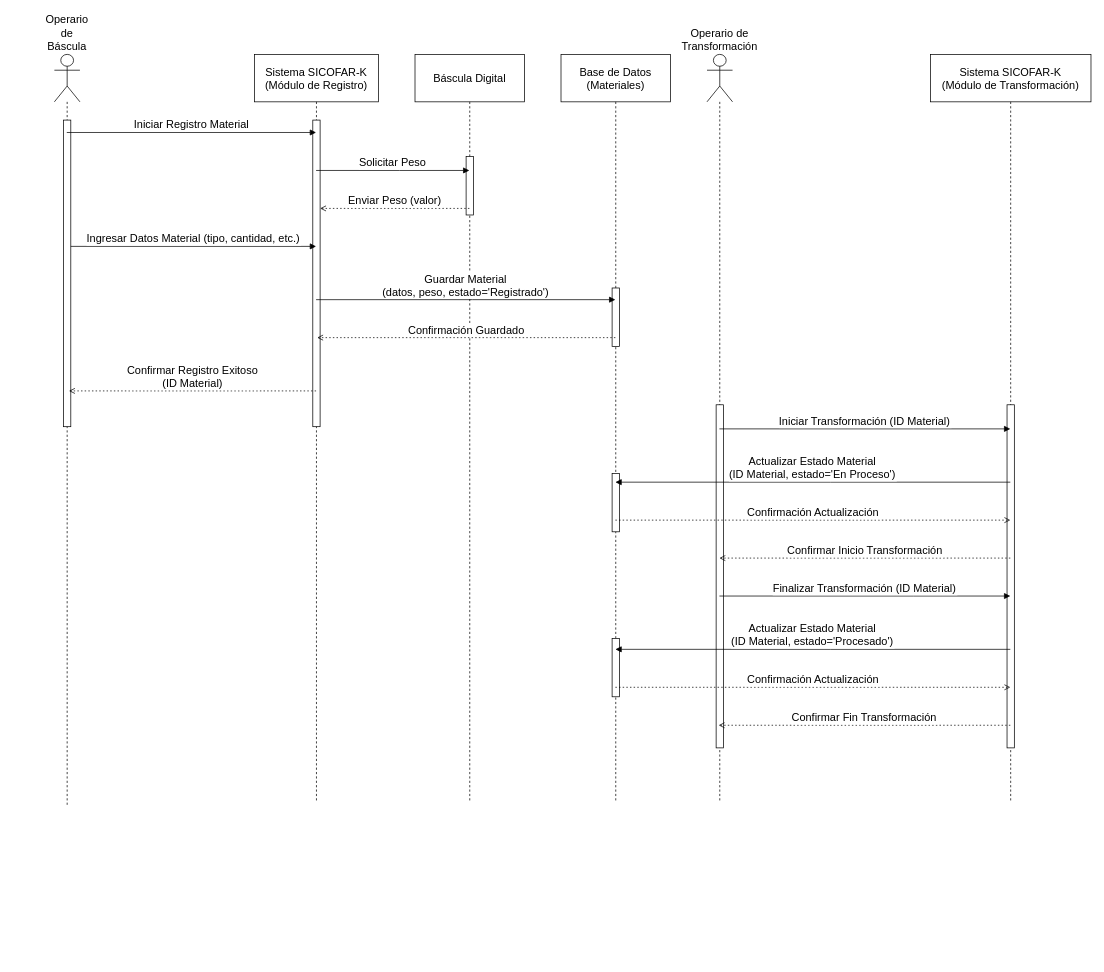
Before: page "Secuencia General" (1 of 8) of resources/diagrams-tecnicos/diagrama-secuencia-scofark.drawio in jnavarrop26/sicofar-k, a draw.io diagram. Source tidied: cells renumbered, new cells numbered last; positions are measured from the earlier drawing's top-left corner, leaving out a move shared by most shapes. Both pictures are drawn from the tidied source at 73%, with x=0, y=0 at pixel (54, 54).
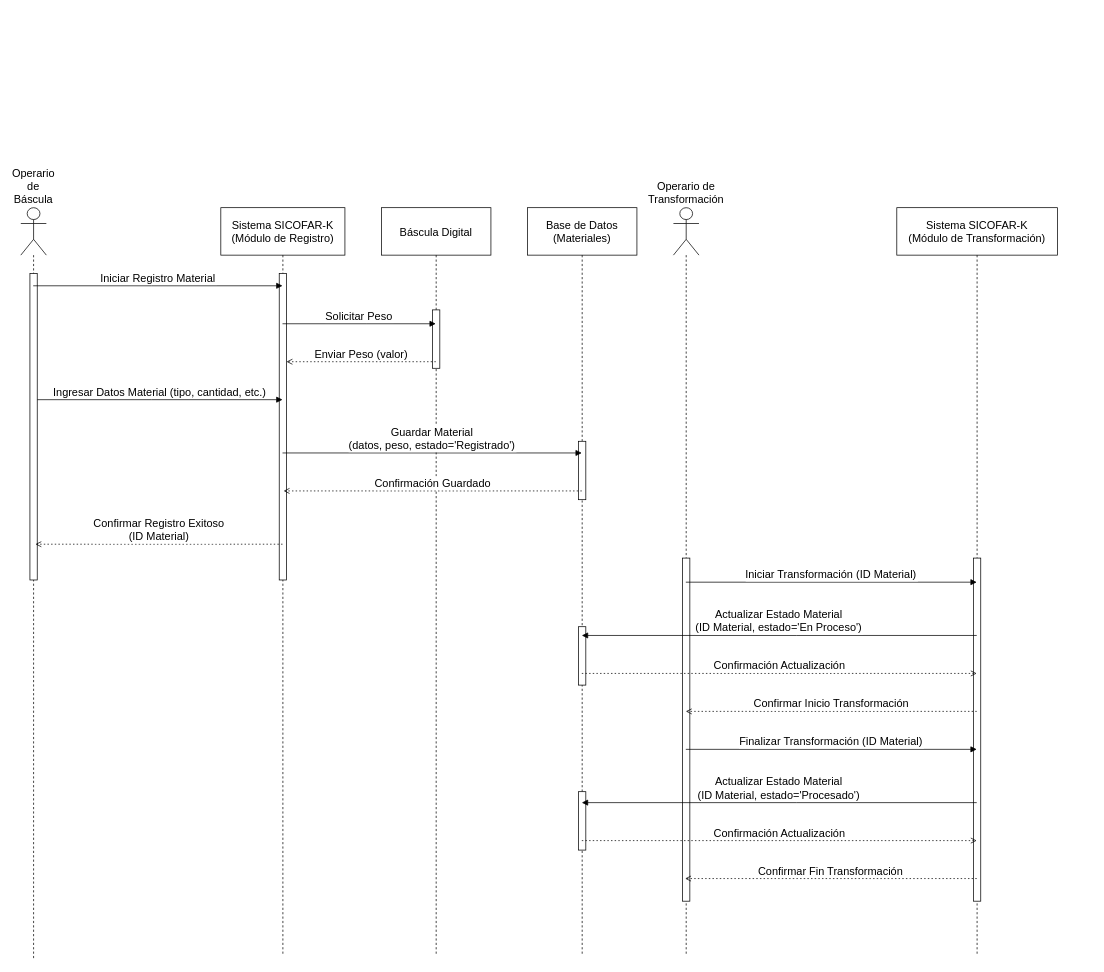
The same page after the edit.

The change refers to these unchanged cells:
```xml
<mxCell id="3" style="html=1;points=[[0,0,0,0,5],[0,1,0,0,-5],[1,0,0,0,5],[1,1,0,0,-5]];perimeter=orthogonalPerimeter;outlineConnect=0;targetShapes=umlLifeline;portConstraint=eastwest;newEdgeStyle={&quot;curved&quot;:0,&quot;rounded&quot;:0};fontSize=15;" parent="2" vertex="1">
  <mxGeometry x="12.5" y="90" width="10" height="420" as="geometry" />
</mxCell>
<mxCell id="5" style="html=1;points=[[0,0,0,0,5],[0,1,0,0,-5],[1,0,0,0,5],[1,1,0,0,-5]];perimeter=orthogonalPerimeter;outlineConnect=0;targetShapes=umlLifeline;portConstraint=eastwest;newEdgeStyle={&quot;curved&quot;:0,&quot;rounded&quot;:0};fontSize=15;" parent="4" vertex="1">
  <mxGeometry x="80" y="90" width="10" height="420" as="geometry" />
</mxCell>
<mxCell id="13" style="html=1;points=[[0,0,0,0,5],[0,1,0,0,-5],[1,0,0,0,5],[1,1,0,0,-5]];perimeter=orthogonalPerimeter;outlineConnect=0;targetShapes=umlLifeline;portConstraint=eastwest;newEdgeStyle={&quot;curved&quot;:0,&quot;rounded&quot;:0};fontSize=15;" parent="12" vertex="1">
  <mxGeometry x="12.5" y="480" width="10" height="470" as="geometry" />
</mxCell>
```

What changed in the source:
```diff
@@
+    <mxCell id="31" style="group;" parent="1" vertex="1">
+      <mxGeometry x="-46" y="210" width="1420" height="1030" as="geometry" />
+    </mxCell>
-    <mxCell id="2" value="Operario de Báscula" style="shape=umlLifeline;perimeter=lifelinePerimeter;whiteSpace=wrap;outlineConnect=0;portConstraint=eastwest;newEdgeStyle={&quot;edgeStyle&quot;:&quot;elbowEdgeStyle&quot;,&quot;elbow&quot;:&quot;vertical&quot;,&quot;curved&quot;:0,&quot;rounded&quot;:0};participant=umlActor;verticalAlign=bottom;labelPosition=center;verticalLabelPosition=top;align=center;size=65;fontSize=15;" parent="1" vertex="1">
+    <mxCell id="2" value="Operario de Báscula" style="shape=umlLifeline;perimeter=lifelinePerimeter;whiteSpace=wrap;outlineConnect=0;portConstraint=eastwest;newEdgeStyle={&quot;edgeStyle&quot;:&quot;elbowEdgeStyle&quot;,&quot;elbow&quot;:&quot;vertical&quot;,&quot;curved&quot;:0,&quot;rounded&quot;:0};participant=umlActor;verticalAlign=bottom;labelPosition=center;verticalLabelPosition=top;align=center;size=65;fontSize=15;" parent="31" vertex="1">
       <mxGeometry width="35" height="1030" as="geometry" />
     </mxCell>
@@
-    <mxCell id="4" value="Sistema SICOFAR-K&#10;(Módulo de Registro)" style="shape=umlLifeline;perimeter=lifelinePerimeter;whiteSpace=wrap;outlineConnect=0;portConstraint=eastwest;newEdgeStyle={&quot;edgeStyle&quot;:&quot;elbowEdgeStyle&quot;,&quot;elbow&quot;:&quot;vertical&quot;,&quot;curved&quot;:0,&quot;rounded&quot;:0};size=65;fontSize=15;" parent="1" vertex="1">
+    <mxCell id="4" value="Sistema SICOFAR-K&#10;(Módulo de Registro)" style="shape=umlLifeline;perimeter=lifelinePerimeter;whiteSpace=wrap;outlineConnect=0;portConstraint=eastwest;newEdgeStyle={&quot;edgeStyle&quot;:&quot;elbowEdgeStyle&quot;,&quot;elbow&quot;:&quot;vertical&quot;,&quot;curved&quot;:0,&quot;rounded&quot;:0};size=65;fontSize=15;" parent="31" vertex="1">
       <mxGeometry x="274" width="170" height="1024" as="geometry" />
     </mxCell>
@@
-    <mxCell id="6" value="Báscula Digital" style="shape=umlLifeline;perimeter=lifelinePerimeter;whiteSpace=wrap;outlineConnect=0;portConstraint=eastwest;newEdgeStyle={&quot;edgeStyle&quot;:&quot;elbowEdgeStyle&quot;,&quot;elbow&quot;:&quot;vertical&quot;,&quot;curved&quot;:0,&quot;rounded&quot;:0};size=65;fontSize=15;" parent="1" vertex="1">
+    <mxCell id="6" value="Báscula Digital" style="shape=umlLifeline;perimeter=lifelinePerimeter;whiteSpace=wrap;outlineConnect=0;portConstraint=eastwest;newEdgeStyle={&quot;edgeStyle&quot;:&quot;elbowEdgeStyle&quot;,&quot;elbow&quot;:&quot;vertical&quot;,&quot;curved&quot;:0,&quot;rounded&quot;:0};size=65;fontSize=15;" parent="31" vertex="1">
       <mxGeometry x="494" width="150" height="1024" as="geometry" />
     </mxCell>
@@
-    <mxCell id="8" value="Base de Datos&#10;(Materiales)" style="shape=umlLifeline;perimeter=lifelinePerimeter;whiteSpace=wrap;outlineConnect=0;portConstraint=eastwest;newEdgeStyle={&quot;edgeStyle&quot;:&quot;elbowEdgeStyle&quot;,&quot;elbow&quot;:&quot;vertical&quot;,&quot;curved&quot;:0,&quot;rounded&quot;:0};size=65;fontSize=15;" parent="1" vertex="1">
+    <mxCell id="8" value="Base de Datos&#10;(Materiales)" style="shape=umlLifeline;perimeter=lifelinePerimeter;whiteSpace=wrap;outlineConnect=0;portConstraint=eastwest;newEdgeStyle={&quot;edgeStyle&quot;:&quot;elbowEdgeStyle&quot;,&quot;elbow&quot;:&quot;vertical&quot;,&quot;curved&quot;:0,&quot;rounded&quot;:0};size=65;fontSize=15;" parent="31" vertex="1">
       <mxGeometry x="694" width="150" height="1024" as="geometry" />
     </mxCell>
@@
-    <mxCell id="12" value="Operario de Transformación" style="shape=umlLifeline;perimeter=lifelinePerimeter;whiteSpace=wrap;outlineConnect=0;portConstraint=eastwest;newEdgeStyle={&quot;edgeStyle&quot;:&quot;elbowEdgeStyle&quot;,&quot;elbow&quot;:&quot;vertical&quot;,&quot;curved&quot;:0,&quot;rounded&quot;:0};participant=umlActor;verticalAlign=bottom;labelPosition=center;verticalLabelPosition=top;align=center;size=65;fontSize=15;" parent="1" vertex="1">
+    <mxCell id="12" value="Operario de Transformación" style="shape=umlLifeline;perimeter=lifelinePerimeter;whiteSpace=wrap;outlineConnect=0;portConstraint=eastwest;newEdgeStyle={&quot;edgeStyle&quot;:&quot;elbowEdgeStyle&quot;,&quot;elbow&quot;:&quot;vertical&quot;,&quot;curved&quot;:0,&quot;rounded&quot;:0};participant=umlActor;verticalAlign=bottom;labelPosition=center;verticalLabelPosition=top;align=center;size=65;fontSize=15;" parent="31" vertex="1">
       <mxGeometry x="894" width="35" height="1024" as="geometry" />
     </mxCell>
@@
-    <mxCell id="14" value="Sistema SICOFAR-K&#10;(Módulo de Transformación)" style="shape=umlLifeline;perimeter=lifelinePerimeter;whiteSpace=wrap;outlineConnect=0;portConstraint=eastwest;newEdgeStyle={&quot;edgeStyle&quot;:&quot;elbowEdgeStyle&quot;,&quot;elbow&quot;:&quot;vertical&quot;,&quot;curved&quot;:0,&quot;rounded&quot;:0};size=65;fontSize=15;" parent="1" vertex="1">
+    <mxCell id="14" value="Sistema SICOFAR-K&#10;(Módulo de Transformación)" style="shape=umlLifeline;perimeter=lifelinePerimeter;whiteSpace=wrap;outlineConnect=0;portConstraint=eastwest;newEdgeStyle={&quot;edgeStyle&quot;:&quot;elbowEdgeStyle&quot;,&quot;elbow&quot;:&quot;vertical&quot;,&quot;curved&quot;:0,&quot;rounded&quot;:0};size=65;fontSize=15;" parent="31" vertex="1">
       <mxGeometry x="1200" width="220" height="1024" as="geometry" />
     </mxCell>
@@
-    <mxCell id="16" value="Iniciar Registro Material" style="verticalAlign=bottom;edgeStyle=elbowEdgeStyle;elbow=vertical;curved=0;rounded=0;endArrow=block;fontSize=15;" parent="1" edge="1" source="2" target="4">
+    <mxCell id="16" value="Iniciar Registro Material" style="verticalAlign=bottom;edgeStyle=elbowEdgeStyle;elbow=vertical;curved=0;rounded=0;endArrow=block;fontSize=15;" parent="31" edge="1" source="2" target="4">
       <mxGeometry relative="1" as="geometry">
         <Array as="points">
           <mxPoint x="179" y="107" />
         </Array>
       </mxGeometry>
     </mxCell>
-    <mxCell id="17" value="Solicitar Peso" style="verticalAlign=bottom;edgeStyle=elbowEdgeStyle;elbow=vertical;curved=0;rounded=0;endArrow=block;fontSize=15;" parent="1" edge="1" source="4" target="6">
+    <mxCell id="17" value="Solicitar Peso" style="verticalAlign=bottom;edgeStyle=elbowEdgeStyle;elbow=vertical;curved=0;rounded=0;endArrow=block;fontSize=15;" parent="31" edge="1" source="4" target="6">
       <mxGeometry relative="1" as="geometry">
         <Array as="points">
           <mxPoint x="473" y="159" />
         </Array>
       </mxGeometry>
     </mxCell>
-    <mxCell id="18" value="Enviar Peso (valor)" style="verticalAlign=bottom;edgeStyle=elbowEdgeStyle;elbow=vertical;curved=0;rounded=0;dashed=1;dashPattern=2 3;endArrow=open;fontSize=15;endFill=0;" parent="1" edge="1" source="6" target="5">
+    <mxCell id="18" value="Enviar Peso (valor)" style="verticalAlign=bottom;edgeStyle=elbowEdgeStyle;elbow=vertical;curved=0;rounded=0;dashed=1;dashPattern=2 3;endArrow=open;fontSize=15;endFill=0;" parent="31" edge="1" source="6" target="5">
       <mxGeometry relative="1" as="geometry">
         <Array as="points">
           <mxPoint x="476" y="211" />
         </Array>
       </mxGeometry>
     </mxCell>
-    <mxCell id="19" value="Ingresar Datos Material (tipo, cantidad, etc.)" style="verticalAlign=bottom;edgeStyle=elbowEdgeStyle;elbow=vertical;curved=0;rounded=0;endArrow=block;fontSize=15;" parent="1" edge="1" source="3" target="4">
+    <mxCell id="19" value="Ingresar Datos Material (tipo, cantidad, etc.)" style="verticalAlign=bottom;edgeStyle=elbowEdgeStyle;elbow=vertical;curved=0;rounded=0;endArrow=block;fontSize=15;" parent="31" edge="1" source="3" target="4">
       <mxGeometry relative="1" as="geometry">
         <Array as="points">
           <mxPoint x="179" y="263" />
         </Array>
       </mxGeometry>
     </mxCell>
-    <mxCell id="20" value="Guardar Material&#10;(datos, peso, estado='Registrado')" style="verticalAlign=bottom;edgeStyle=elbowEdgeStyle;elbow=vertical;curved=0;rounded=0;endArrow=block;fontSize=15;" parent="1" edge="1" source="4" target="8">
+    <mxCell id="20" value="Guardar Material&#10;(datos, peso, estado='Registrado')" style="verticalAlign=bottom;edgeStyle=elbowEdgeStyle;elbow=vertical;curved=0;rounded=0;endArrow=block;fontSize=15;" parent="31" edge="1" source="4" target="8">
       <mxGeometry relative="1" as="geometry">
         <Array as="points">
           <mxPoint x="573" y="336" />
         </Array>
       </mxGeometry>
     </mxCell>
-    <mxCell id="21" value="Confirmación Guardado" style="verticalAlign=bottom;edgeStyle=elbowEdgeStyle;elbow=vertical;curved=0;rounded=0;dashed=1;dashPattern=2 3;endArrow=open;fontSize=15;endFill=0;" parent="1" edge="1" source="8">
+    <mxCell id="21" value="Confirmación Guardado" style="verticalAlign=bottom;edgeStyle=elbowEdgeStyle;elbow=vertical;curved=0;rounded=0;dashed=1;dashPattern=2 3;endArrow=open;fontSize=15;endFill=0;" parent="31" edge="1" source="8">
       <mxGeometry relative="1" as="geometry">
         <mxPoint x="360" y="388" as="targetPoint" />
         <Array as="points">
           <mxPoint x="576" y="388" />
         </Array>
       </mxGeometry>
     </mxCell>
-    <mxCell id="22" value="Confirmar Registro Exitoso&#10;(ID Material)" style="verticalAlign=bottom;edgeStyle=elbowEdgeStyle;elbow=vertical;curved=0;rounded=0;dashed=1;dashPattern=2 3;endArrow=open;fontSize=15;entryX=0.75;entryY=0.883;entryDx=0;entryDy=0;entryPerimeter=0;endFill=0;" parent="1" edge="1" source="4" target="3">
+    <mxCell id="22" value="Confirmar Registro Exitoso&#10;(ID Material)" style="verticalAlign=bottom;edgeStyle=elbowEdgeStyle;elbow=vertical;curved=0;rounded=0;dashed=1;dashPattern=2 3;endArrow=open;fontSize=15;entryX=0.75;entryY=0.883;entryDx=0;entryDy=0;entryPerimeter=0;endFill=0;" parent="31" edge="1" source="4" target="3">
       <mxGeometry relative="1" as="geometry">
         <Array as="points">
           <mxPoint x="182" y="461" />
         </Array>
       </mxGeometry>
     </mxCell>
-    <mxCell id="23" value="Iniciar Transformación (ID Material)" style="verticalAlign=bottom;edgeStyle=elbowEdgeStyle;elbow=vertical;curved=0;rounded=0;endArrow=block;fontSize=15;" parent="1" edge="1" source="12" target="14">
+    <mxCell id="23" value="Iniciar Transformación (ID Material)" style="verticalAlign=bottom;edgeStyle=elbowEdgeStyle;elbow=vertical;curved=0;rounded=0;endArrow=block;fontSize=15;" parent="31" edge="1" source="12" target="14">
       <mxGeometry relative="1" as="geometry">
         <Array as="points">
           <mxPoint x="1177" y="513" />
         </Array>
       </mxGeometry>
     </mxCell>
-    <mxCell id="24" value="Actualizar Estado Material&#10;(ID Material, estado='En Proceso')" style="verticalAlign=bottom;edgeStyle=elbowEdgeStyle;elbow=vertical;curved=0;rounded=0;endArrow=block;fontSize=15;" parent="1" edge="1" source="14" target="8">
+    <mxCell id="24" value="Actualizar Estado Material&#10;(ID Material, estado='En Proceso')" style="verticalAlign=bottom;edgeStyle=elbowEdgeStyle;elbow=vertical;curved=0;rounded=0;endArrow=block;fontSize=15;" parent="31" edge="1" source="14" target="8">
       <mxGeometry relative="1" as="geometry">
         <Array as="points">
           <mxPoint x="1063" y="586" />
         </Array>
       </mxGeometry>
     </mxCell>
-    <mxCell id="25" value="Confirmación Actualización" style="verticalAlign=bottom;edgeStyle=elbowEdgeStyle;elbow=vertical;curved=0;rounded=0;dashed=1;dashPattern=2 3;endArrow=open;fontSize=15;endFill=0;" parent="1" edge="1" source="8" target="14">
+    <mxCell id="25" value="Confirmación Actualización" style="verticalAlign=bottom;edgeStyle=elbowEdgeStyle;elbow=vertical;curved=0;rounded=0;dashed=1;dashPattern=2 3;endArrow=open;fontSize=15;endFill=0;" parent="31" edge="1" source="8" target="14">
       <mxGeometry relative="1" as="geometry">
         <Array as="points">
           <mxPoint x="1060" y="638" />
         </Array>
       </mxGeometry>
     </mxCell>
-    <mxCell id="26" value="Confirmar Inicio Transformación" style="verticalAlign=bottom;edgeStyle=elbowEdgeStyle;elbow=vertical;curved=0;rounded=0;dashed=1;dashPattern=2 3;endArrow=open;fontSize=15;endFill=0;" parent="1" edge="1" source="14" target="12">
+    <mxCell id="26" value="Confirmar Inicio Transformación" style="verticalAlign=bottom;edgeStyle=elbowEdgeStyle;elbow=vertical;curved=0;rounded=0;dashed=1;dashPattern=2 3;endArrow=open;fontSize=15;endFill=0;" parent="31" edge="1" source="14" target="12">
       <mxGeometry relative="1" as="geometry">
         <Array as="points">
           <mxPoint x="1180" y="690" />
         </Array>
       </mxGeometry>
     </mxCell>
-    <mxCell id="27" value="Finalizar Transformación (ID Material)" style="verticalAlign=bottom;edgeStyle=elbowEdgeStyle;elbow=vertical;curved=0;rounded=0;endArrow=block;fontSize=15;" parent="1" edge="1" source="12" target="14">
+    <mxCell id="27" value="Finalizar Transformación (ID Material)" style="verticalAlign=bottom;edgeStyle=elbowEdgeStyle;elbow=vertical;curved=0;rounded=0;endArrow=block;fontSize=15;" parent="31" edge="1" source="12" target="14">
       <mxGeometry relative="1" as="geometry">
         <Array as="points">
           <mxPoint x="1177" y="742" />
         </Array>
       </mxGeometry>
     </mxCell>
-    <mxCell id="28" value="Actualizar Estado Material&#10;(ID Material, estado='Procesado')" style="verticalAlign=bottom;edgeStyle=elbowEdgeStyle;elbow=vertical;curved=0;rounded=0;endArrow=block;fontSize=15;" parent="1" edge="1" source="14" target="8">
+    <mxCell id="28" value="Actualizar Estado Material&#10;(ID Material, estado='Procesado')" style="verticalAlign=bottom;edgeStyle=elbowEdgeStyle;elbow=vertical;curved=0;rounded=0;endArrow=block;fontSize=15;" parent="31" edge="1" source="14" target="8">
       <mxGeometry relative="1" as="geometry">
         <Array as="points">
           <mxPoint x="1063" y="815" />
         </Array>
       </mxGeometry>
     </mxCell>
-    <mxCell id="29" value="Confirmación Actualización" style="verticalAlign=bottom;edgeStyle=elbowEdgeStyle;elbow=vertical;curved=0;rounded=0;dashed=1;dashPattern=2 3;endArrow=open;fontSize=15;endFill=0;" parent="1" edge="1" source="8" target="14">
+    <mxCell id="29" value="Confirmación Actualización" style="verticalAlign=bottom;edgeStyle=elbowEdgeStyle;elbow=vertical;curved=0;rounded=0;dashed=1;dashPattern=2 3;endArrow=open;fontSize=15;endFill=0;" parent="31" edge="1" source="8" target="14">
       <mxGeometry relative="1" as="geometry">
         <Array as="points">
           <mxPoint x="1060" y="867" />
         </Array>
       </mxGeometry>
     </mxCell>
-    <mxCell id="30" value="Confirmar Fin Transformación" style="verticalAlign=bottom;edgeStyle=elbowEdgeStyle;elbow=vertical;curved=0;rounded=0;dashed=1;dashPattern=2 3;endArrow=open;fontSize=15;endFill=0;entryX=0.35;entryY=0.936;entryDx=0;entryDy=0;entryPerimeter=0;" parent="1" edge="1" source="14" target="13">
+    <mxCell id="30" value="Confirmar Fin Transformación" style="verticalAlign=bottom;edgeStyle=elbowEdgeStyle;elbow=vertical;curved=0;rounded=0;dashed=1;dashPattern=2 3;endArrow=open;fontSize=15;endFill=0;entryX=0.35;entryY=0.936;entryDx=0;entryDy=0;entryPerimeter=0;" parent="31" edge="1" source="14" target="13">
       <mxGeometry relative="1" as="geometry">
         <Array as="points">
           <mxPoint x="1180" y="919" />
         </Array>
       </mxGeometry>
     </mxCell>
```
